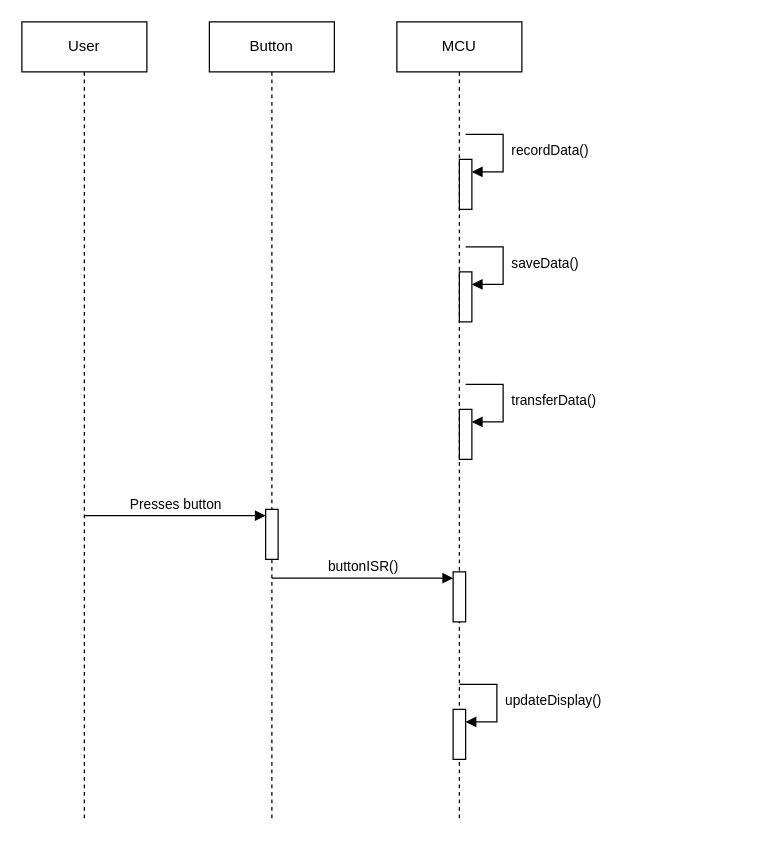
This is lab3/docs/sequence_diagram.drawio from matas-noreika/software_design_and_quality, a draw.io file, before an edit. Source tidied: cells renumbered, new cells numbered last; positions are measured from the earlier drawing's top-left corner, leaving out a move shared by most shapes. Both pictures are drawn from the tidied source at 125%, with x=0, y=0 at pixel (21, 21).
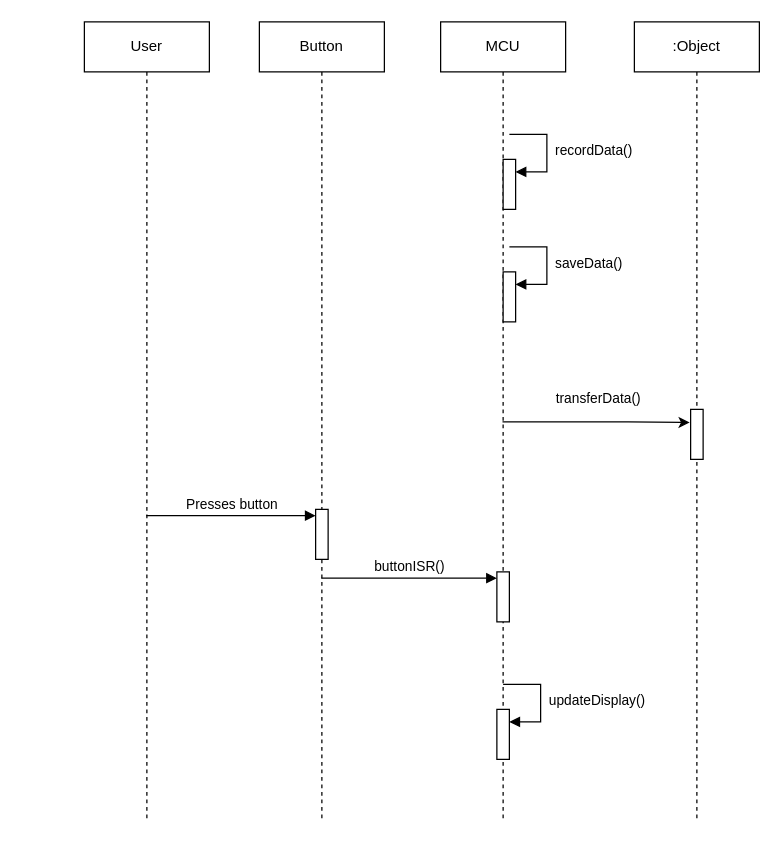
The same page after the edit.

Unchanged cells that the change refers to:
```xml
<mxCell id="4" style="html=1;points=[[0,0,0,0,5],[0,1,0,0,-5],[1,0,0,0,5],[1,1,0,0,-5]];perimeter=orthogonalPerimeter;outlineConnect=0;targetShapes=umlLifeline;portConstraint=eastwest;newEdgeStyle={&quot;curved&quot;:0,&quot;rounded&quot;:0};" parent="3" vertex="1">
  <mxGeometry x="45" y="390" width="10" height="40" as="geometry" />
</mxCell>
<mxCell id="12" style="html=1;points=[[0,0,0,0,5],[0,1,0,0,-5],[1,0,0,0,5],[1,1,0,0,-5]];perimeter=orthogonalPerimeter;outlineConnect=0;targetShapes=umlLifeline;portConstraint=eastwest;newEdgeStyle={&quot;curved&quot;:0,&quot;rounded&quot;:0};" parent="5" vertex="1">
  <mxGeometry x="45" y="440" width="10" height="40" as="geometry" />
</mxCell>
```

What changed in the source:
```diff
@@
     <mxCell id="2" value="User" style="shape=umlLifeline;perimeter=lifelinePerimeter;whiteSpace=wrap;html=1;outlineConnect=0;portConstraint=eastwest;newEdgeStyle={&quot;curved&quot;:0,&quot;rounded&quot;:0};" parent="1" vertex="1">
-      <mxGeometry width="100" height="640" as="geometry" />
+      <mxGeometry x="50" width="100" height="640" as="geometry" />
     </mxCell>
     <mxCell id="3" value="Button" style="shape=umlLifeline;perimeter=lifelinePerimeter;whiteSpace=wrap;html=1;outlineConnect=0;portConstraint=eastwest;newEdgeStyle={&quot;curved&quot;:0,&quot;rounded&quot;:0};" parent="1" vertex="1">
-      <mxGeometry x="150" width="100" height="640" as="geometry" />
+      <mxGeometry x="190" width="100" height="640" as="geometry" />
     </mxCell>
@@
+    <mxCell id="17" style="edgeStyle=orthogonalEdgeStyle;rounded=0;jettySize=auto;html=1;curved=0;entryX=-0.074;entryY=0.264;entryDx=0;entryDy=0;entryPerimeter=0;" parent="1" edge="1" source="5" target="19">
+      <mxGeometry relative="1" as="geometry" />
+    </mxCell>
+    <mxCell id="11" value="transferData()" style="edgeLabel;html=1;align=center;verticalAlign=middle;" parent="17" vertex="1">
+      <mxGeometry x="0.01" y="3" relative="1" as="geometry">
+        <mxPoint y="-17" as="offset" />
+      </mxGeometry>
+    </mxCell>
     <mxCell id="5" value="MCU" style="shape=umlLifeline;perimeter=lifelinePerimeter;whiteSpace=wrap;html=1;outlineConnect=0;portConstraint=eastwest;newEdgeStyle={&quot;curved&quot;:0,&quot;rounded&quot;:0};" parent="1" vertex="1">
-      <mxGeometry x="300" width="100" height="640" as="geometry" />
+      <mxGeometry x="335" width="100" height="640" as="geometry" />
     </mxCell>
@@
-    <mxCell id="10" style="html=1;points=[[0,0,0,0,5],[0,1,0,0,-5],[1,0,0,0,5],[1,1,0,0,-5]];perimeter=orthogonalPerimeter;outlineConnect=0;targetShapes=umlLifeline;portConstraint=eastwest;newEdgeStyle={&quot;curved&quot;:0,&quot;rounded&quot;:0};" parent="5" vertex="1">
-      <mxGeometry x="50" y="310" width="10" height="40" as="geometry" />
-    </mxCell>
-    <mxCell id="11" value="&amp;nbsp;transferData()" style="html=1;align=left;spacingLeft=2;endArrow=block;rounded=0;edgeStyle=orthogonalEdgeStyle;curved=0;rounded=0;" parent="5" edge="1" target="10">
-      <mxGeometry relative="1" as="geometry">
-        <mxPoint x="55" y="290" as="sourcePoint" />
-        <Array as="points">
-          <mxPoint x="85" y="320" />
-        </Array>
-      </mxGeometry>
-    </mxCell>
@@
-    <mxCell id="15" value="Presses button" style="html=1;verticalAlign=bottom;endArrow=block;curved=0;rounded=0;entryX=0;entryY=0;entryDx=0;entryDy=5;" parent="1" edge="1" target="4">
-      <mxGeometry relative="1" as="geometry">
-        <mxPoint x="50" y="395" as="sourcePoint" />
-      </mxGeometry>
+    <mxCell id="15" value="Presses button" style="html=1;verticalAlign=bottom;endArrow=block;curved=0;rounded=0;entryX=0;entryY=0;entryDx=0;entryDy=5;" parent="1" edge="1" source="2" target="4">
+      <mxGeometry relative="1" as="geometry" />
     </mxCell>
-    <mxCell id="16" value="buttonISR()" style="html=1;verticalAlign=bottom;endArrow=block;curved=0;rounded=0;entryX=0;entryY=0;entryDx=0;entryDy=5;" parent="1" edge="1" target="12">
-      <mxGeometry relative="1" as="geometry">
-        <mxPoint x="200" y="445" as="sourcePoint" />
-      </mxGeometry>
+    <mxCell id="16" value="buttonISR()" style="html=1;verticalAlign=bottom;endArrow=block;curved=0;rounded=0;entryX=0;entryY=0;entryDx=0;entryDy=5;" parent="1" edge="1" source="3" target="12">
+      <mxGeometry relative="1" as="geometry" />
     </mxCell>
+    <mxCell id="18" value=":Object" style="shape=umlLifeline;perimeter=lifelinePerimeter;whiteSpace=wrap;html=1;newEdgeStyle={&quot;curved&quot;:0,&quot;rounded&quot;:0};" parent="1" vertex="1">
+      <mxGeometry x="490" width="100" height="640" as="geometry" />
+    </mxCell>
+    <mxCell id="19" style="html=1;points=[[0,0,0,0,5],[0,1,0,0,-5],[1,0,0,0,5],[1,1,0,0,-5]];perimeter=orthogonalPerimeter;outlineConnect=0;targetShapes=umlLifeline;portConstraint=eastwest;newEdgeStyle={&quot;curved&quot;:0,&quot;rounded&quot;:0};" parent="18" vertex="1">
+      <mxGeometry x="45" y="310" width="10" height="40" as="geometry" />
+    </mxCell>
```
